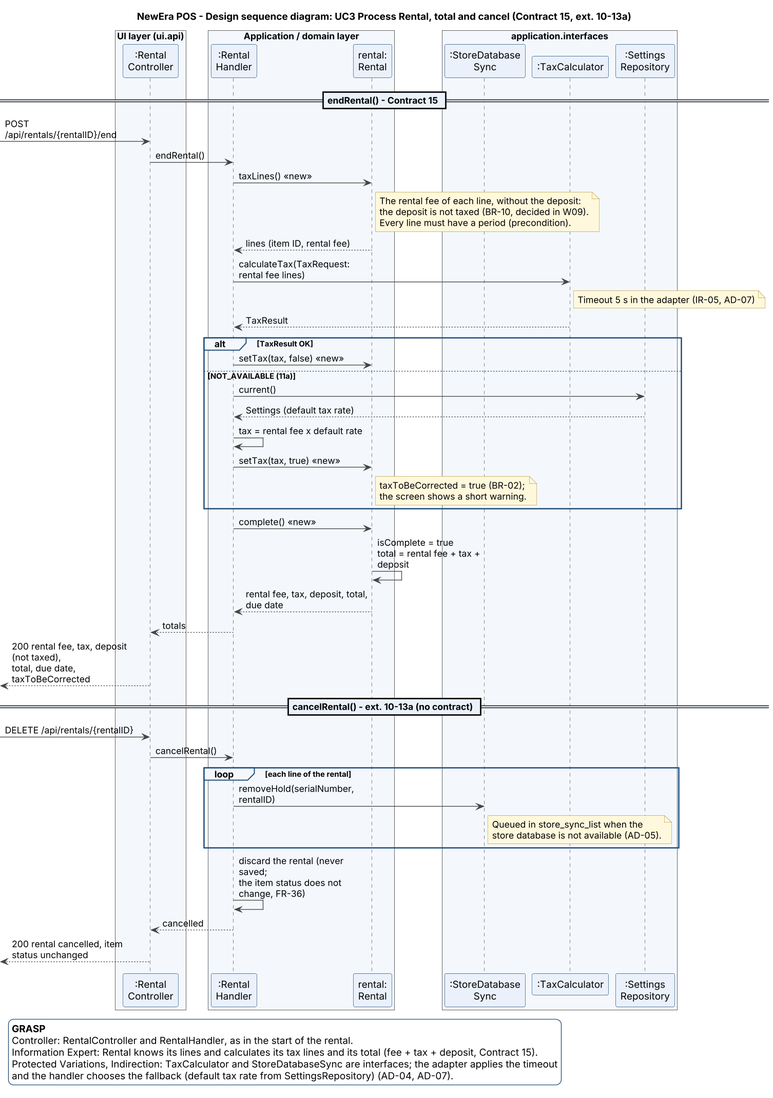
Above: assets/dsd_uc3_end_rental.png in bhsei/26D (PlantUML), before the change. Source of this version:
```plantuml
@startuml

skinparam shadowing false
skinparam dpi 130
skinparam defaultFontName Arial
skinparam ArrowColor #444444
skinparam SequenceLifeLineBorderColor #444444
skinparam ParticipantBorderColor #1F4E79
skinparam ParticipantBackgroundColor #EAF1FB
skinparam BoxPadding 6
skinparam SequenceGroupBackgroundColor #F4F8FD
skinparam SequenceGroupBorderColor #1F4E79
skinparam SequenceDividerBackgroundColor #EAF1FB
skinparam NoteBackgroundColor #FFF8DC
skinparam NoteBorderColor #B8A04A
skinparam LegendBackgroundColor #FFFFFF
skinparam LegendBorderColor #1F4E79
skinparam responseMessageBelowArrow true
skinparam maxMessageSize 190

title NewEra POS - Design sequence diagram: UC3 Process Rental, total and cancel (Contract 15, ext. 10-13a)

box "UI layer (ui.api)" #F4F8FD
  participant ":Rental\nController" as Ctl
end box
box "Application / domain layer" #F4F8FD
  participant ":Rental\nHandler" as H
  participant "rental:\nRental" as R
end box
box "application.interfaces" #F4F8FD
  participant ":StoreDatabase\nSync" as Sync
  participant ":TaxCalculator" as Tax
  participant ":Settings\nRepository" as Set
end box

== endRental() - Contract 15 ==
[-> Ctl : POST /api/rentals/{rentalID}/end
Ctl -> H : endRental()
H -> R : taxLines() <<new>>
note right of R
  The rental fee of each line, without the deposit:
  the deposit is not taxed (BR-10, decided in W09).
  Every line must have a period (precondition).
end note
R --> H : lines (item ID, rental fee)
H -> Tax : calculateTax(TaxRequest: rental fee lines)
note right of Tax
  Timeout 5 s in the adapter (IR-05, AD-07)
end note
Tax --> H : TaxResult
alt TaxResult OK
  H -> R : setTax(tax, false) <<new>>
else NOT_AVAILABLE (11a)
  H -> Set : current()
  Set --> H : Settings (default tax rate)
  H -> H : tax = rental fee x default rate
  H -> R : setTax(tax, true) <<new>>
  note right of R
    taxToBeCorrected = true (BR-02);
    the screen shows a short warning.
  end note
end
H -> R : complete() <<new>>
R -> R : isComplete = true\ntotal = rental fee + tax + deposit
R --> H : rental fee, tax, deposit, total, due date
H --> Ctl : totals
[<-- Ctl : 200 rental fee, tax, deposit (not taxed),\ntotal, due date, taxToBeCorrected

== cancelRental() - ext. 10-13a (no contract) ==
[-> Ctl : DELETE /api/rentals/{rentalID}
Ctl -> H : cancelRental()
loop each line of the rental
  H -> Sync : removeHold(serialNumber, rentalID)
  note right of Sync
    Queued in store_sync_list when the
    store database is not available (AD-05).
  end note
end
H -> H : discard the rental (never saved;\nthe item status does not change, FR-36)
H --> Ctl : cancelled
[<-- Ctl : 200 rental cancelled, item status unchanged

legend bottom left
  **GRASP**
  Controller: RentalController and RentalHandler, as in the start of the rental.
  Information Expert: Rental knows its lines and calculates its tax lines and its total (fee + tax + deposit, Contract 15).
  Protected Variations, Indirection: TaxCalculator and StoreDatabaseSync are interfaces; the adapter applies the timeout
  and the handler chooses the fallback (default tax rate from SettingsRepository) (AD-04, AD-07).
endlegend
@enduml
```
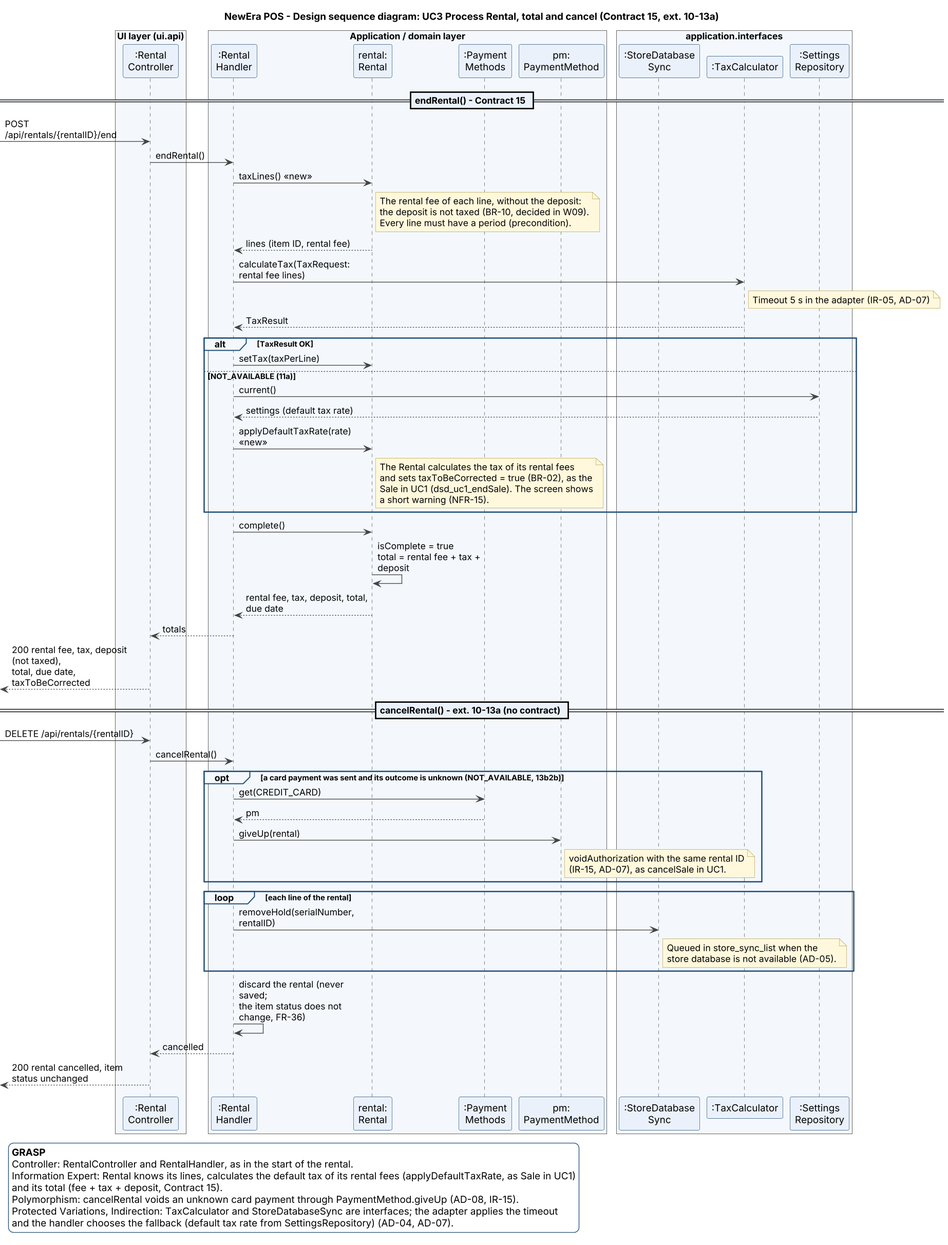
The same diagram one commit later.

Commit message:
W11 - UC3 DSD total and cancel; applyDefaultTaxRate as in UC1, cancel voids an unknown card payment (#66)

The edit, as a diff of the source:
```diff
@@ -26,6 +26,8 @@
 box "Application / domain layer" #F4F8FD
   participant ":Rental\nHandler" as H
   participant "rental:\nRental" as R
+  participant ":Payment\nMethods" as PMs
+  participant "pm:\nPaymentMethod" as PM
 end box
 box "application.interfaces" #F4F8FD
   participant ":StoreDatabase\nSync" as Sync
@@ -49,18 +51,19 @@
 end note
 Tax --> H : TaxResult
 alt TaxResult OK
-  H -> R : setTax(tax, false) <<new>>
+  H -> R : setTax(taxPerLine)
 else NOT_AVAILABLE (11a)
   H -> Set : current()
-  Set --> H : Settings (default tax rate)
-  H -> H : tax = rental fee x default rate
-  H -> R : setTax(tax, true) <<new>>
+  Set --> H : settings (default tax rate)
+  H -> R : applyDefaultTaxRate(rate) <<new>>
   note right of R
-    taxToBeCorrected = true (BR-02);
-    the screen shows a short warning.
+    The Rental calculates the tax of its rental fees
+    and sets taxToBeCorrected = true (BR-02), as the
+    Sale in UC1 (dsd_uc1_endSale). The screen shows
+    a short warning (NFR-15).
   end note
 end
-H -> R : complete() <<new>>
+H -> R : complete()
 R -> R : isComplete = true\ntotal = rental fee + tax + deposit
 R --> H : rental fee, tax, deposit, total, due date
 H --> Ctl : totals
@@ -69,6 +72,15 @@
 == cancelRental() - ext. 10-13a (no contract) ==
 [-> Ctl : DELETE /api/rentals/{rentalID}
 Ctl -> H : cancelRental()
+opt a card payment was sent and its outcome is unknown (NOT_AVAILABLE, 13b2b)
+  H -> PMs : get(CREDIT_CARD)
+  PMs --> H : pm
+  H -> PM : giveUp(rental)
+  note right of PM
+    voidAuthorization with the same rental ID
+    (IR-15, AD-07), as cancelSale in UC1.
+  end note
+end
 loop each line of the rental
   H -> Sync : removeHold(serialNumber, rentalID)
   note right of Sync
@@ -83,7 +95,9 @@
 legend bottom left
   **GRASP**
   Controller: RentalController and RentalHandler, as in the start of the rental.
-  Information Expert: Rental knows its lines and calculates its tax lines and its total (fee + tax + deposit, Contract 15).
+  Information Expert: Rental knows its lines, calculates the default tax of its rental fees (applyDefaultTaxRate, as Sale in UC1)
+  and its total (fee + tax + deposit, Contract 15).
+  Polymorphism: cancelRental voids an unknown card payment through PaymentMethod.giveUp (AD-08, IR-15).
   Protected Variations, Indirection: TaxCalculator and StoreDatabaseSync are interfaces; the adapter applies the timeout
   and the handler chooses the fallback (default tax rate from SettingsRepository) (AD-04, AD-07).
 endlegend
```
